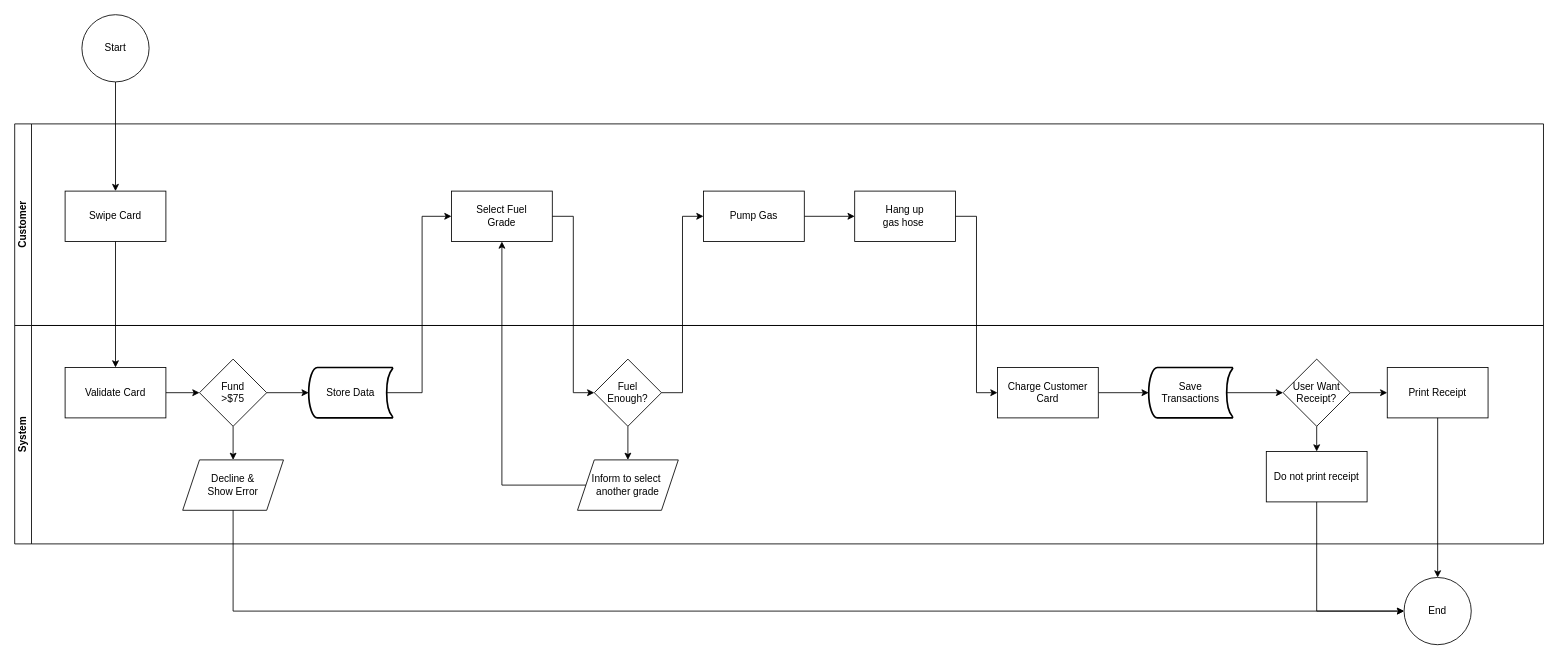
vinceliao99/MyDiagrams keeps this draw.io diagram as MES Flow/Practice.drawio. Above is the earlier version. Source tidied: cells renumbered, new cells numbered last; positions are measured from the earlier drawing's top-left corner, leaving out a move shared by most shapes. Both pictures are drawn from the tidied source at 84%, with x=0, y=0 at pixel (14, 14).
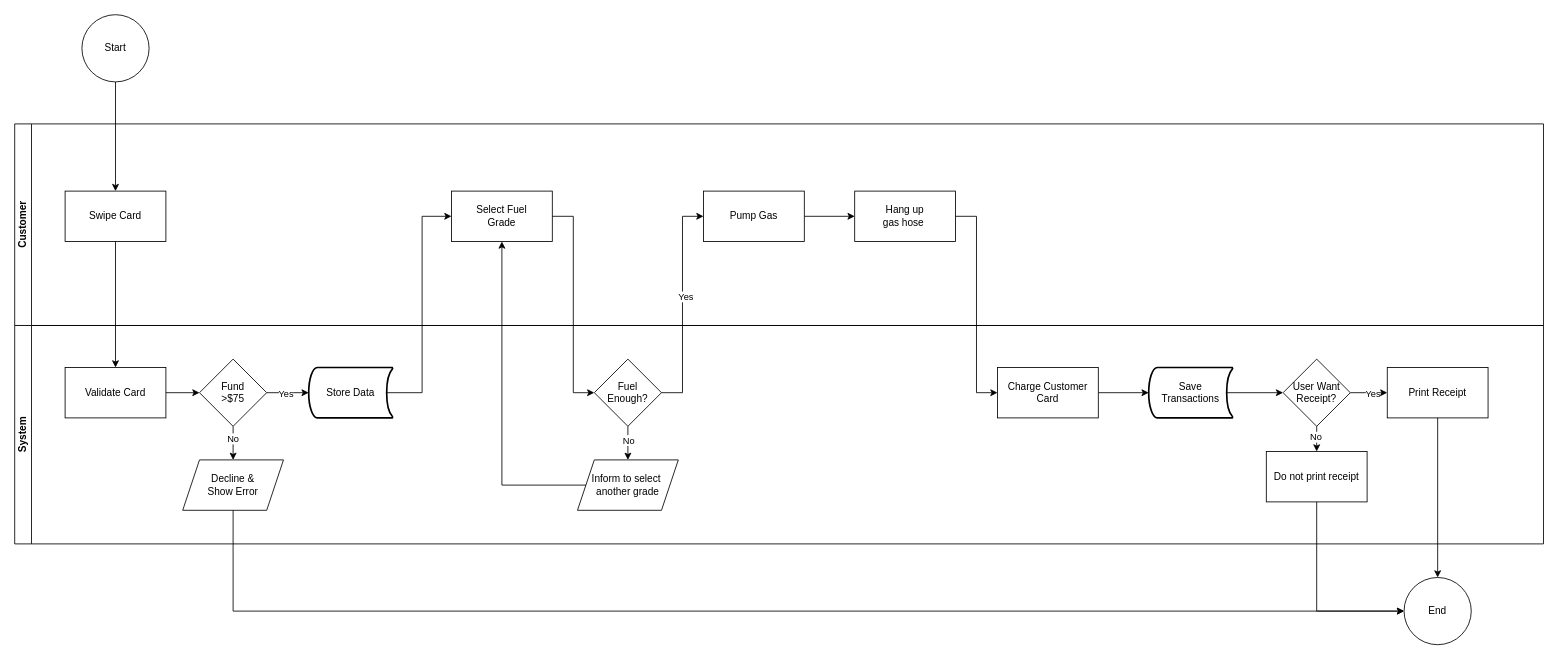
The same page after the edit.

Unchanged cells that the change refers to:
```xml
<mxCell id="13" style="edgeStyle=orthogonalEdgeStyle;rounded=0;jettySize=auto;html=1;exitX=1;exitY=0.5;exitDx=0;exitDy=0;entryX=0;entryY=0.5;entryDx=0;entryDy=0;entryPerimeter=0;" parent="10" edge="1" source="15" target="28">
  <mxGeometry relative="1" as="geometry" />
</mxCell>
<mxCell id="14" style="edgeStyle=orthogonalEdgeStyle;rounded=0;jettySize=auto;html=1;exitX=0.5;exitY=1;exitDx=0;exitDy=0;entryX=0.5;entryY=0;entryDx=0;entryDy=0;" parent="10" edge="1" source="15" target="18">
  <mxGeometry relative="1" as="geometry" />
</mxCell>
<mxCell id="16" style="edgeStyle=orthogonalEdgeStyle;rounded=0;jettySize=auto;html=1;exitX=0.5;exitY=1;exitDx=0;exitDy=0;entryX=0.5;entryY=0;entryDx=0;entryDy=0;" parent="10" edge="1" source="17" target="19">
  <mxGeometry relative="1" as="geometry" />
</mxCell>
<mxCell id="23" style="edgeStyle=orthogonalEdgeStyle;rounded=0;jettySize=auto;html=1;exitX=0.5;exitY=1;exitDx=0;exitDy=0;entryX=0.5;entryY=0;entryDx=0;entryDy=0;" parent="10" edge="1" source="25" target="26">
  <mxGeometry relative="1" as="geometry" />
</mxCell>
<mxCell id="24" style="edgeStyle=orthogonalEdgeStyle;rounded=0;jettySize=auto;html=1;exitX=1;exitY=0.5;exitDx=0;exitDy=0;entryX=0;entryY=0.5;entryDx=0;entryDy=0;" parent="10" edge="1" source="25" target="27">
  <mxGeometry relative="1" as="geometry" />
</mxCell>
<mxCell id="34" style="edgeStyle=orthogonalEdgeStyle;rounded=0;jettySize=auto;html=1;exitX=1;exitY=0.5;exitDx=0;exitDy=0;entryX=0;entryY=0.5;entryDx=0;entryDy=0;" parent="1" edge="1" source="17" target="7">
  <mxGeometry relative="1" as="geometry" />
</mxCell>
```

Change to the diagram source:
```diff
@@
+    <mxCell id="40" value="Yes" style="edgeLabel;html=1;align=center;verticalAlign=middle;" parent="13" vertex="1">
+      <mxGeometry x="-0.12" y="-1" relative="1" as="geometry" />
+    </mxCell>
@@
+    <mxCell id="41" value="No" style="edgeLabel;html=1;align=center;verticalAlign=middle;" parent="14" vertex="1">
+      <mxGeometry x="-0.3" y="-1" relative="1" as="geometry" />
+    </mxCell>
@@
+    <mxCell id="42" value="No" style="edgeLabel;html=1;align=center;verticalAlign=middle;" parent="16" vertex="1">
+      <mxGeometry x="-0.2" relative="1" as="geometry" />
+    </mxCell>
@@
+    <mxCell id="43" value="No" style="edgeLabel;html=1;align=center;verticalAlign=middle;" parent="23" vertex="1">
+      <mxGeometry x="-0.2" y="-2" relative="1" as="geometry" />
+    </mxCell>
@@
+    <mxCell id="44" value="Yes" style="edgeLabel;html=1;align=center;verticalAlign=middle;" parent="24" vertex="1">
+      <mxGeometry x="0.18" y="-1" relative="1" as="geometry" />
+    </mxCell>
@@
+    <mxCell id="45" value="Yes" style="edgeLabel;html=1;align=center;verticalAlign=middle;" parent="34" vertex="1">
+      <mxGeometry x="0.08" y="-3" relative="1" as="geometry" />
+    </mxCell>
```
